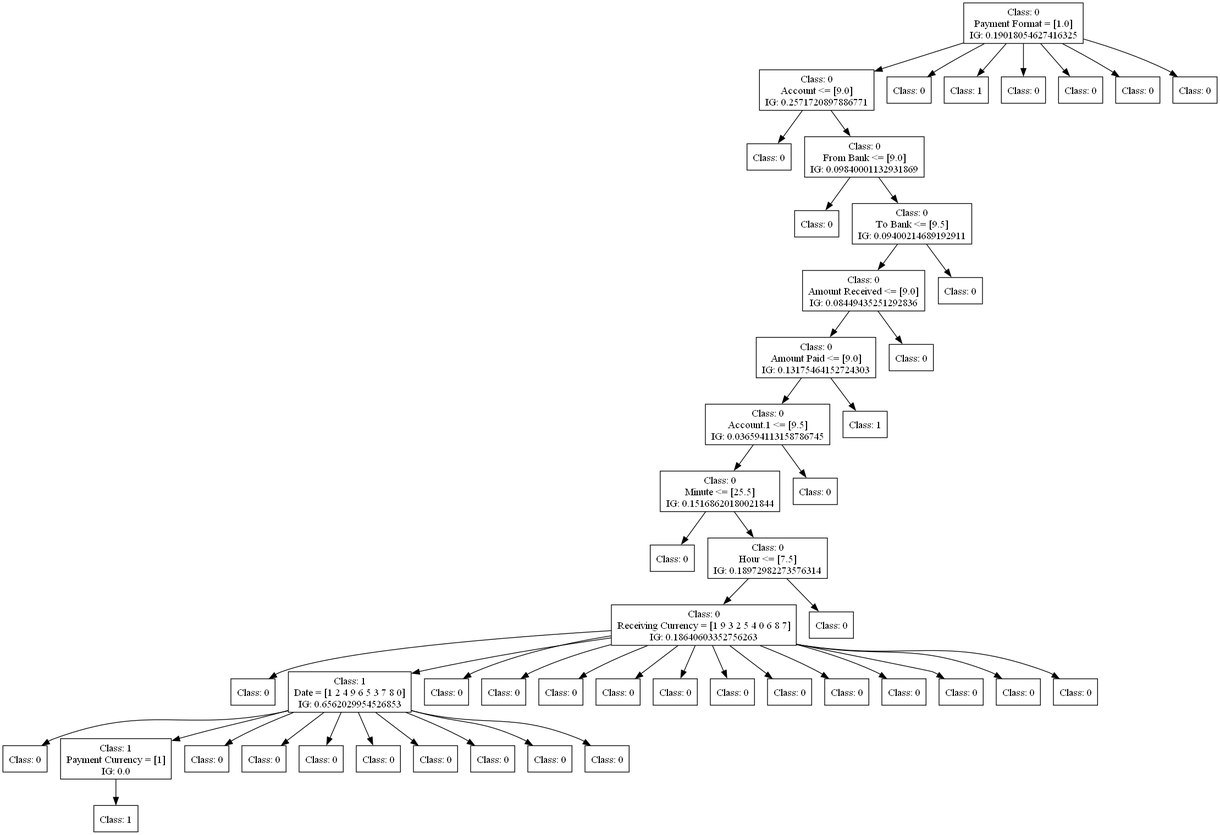
The Graphviz diagram dot_figs/tree-c45-oversampling.png in FedericoBruzzone/anti-money-laundering, before a commit. Its source is kept beside it as dot_figs/tree-c45-oversampling.dot.
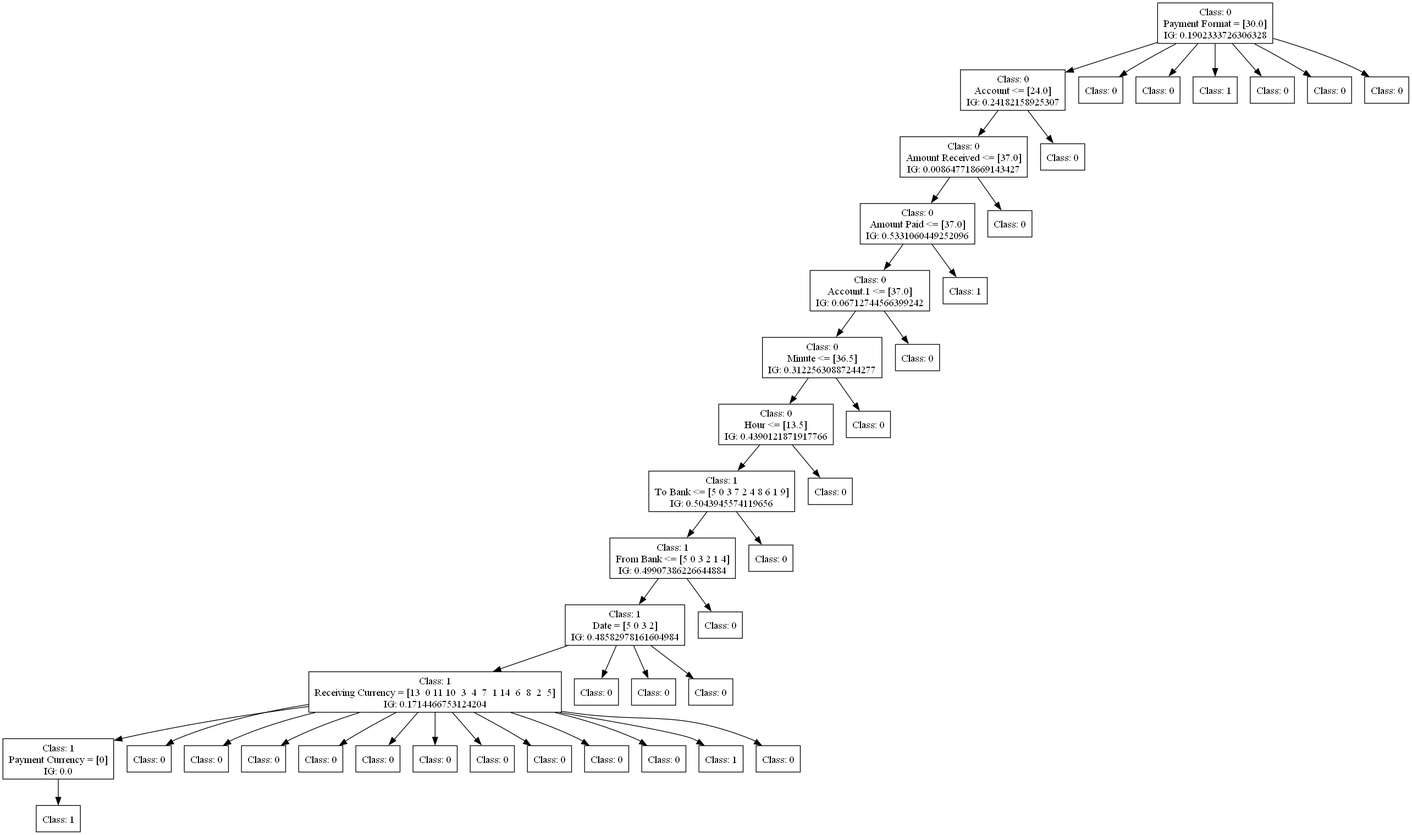
Later version of the same file.

What changed in the source:
```diff
@@ -1,162 +1,141 @@
 digraph DecisionTree {
 	rankdir=TD;
 	node [shape=box];
-	2509728684288 [label="Class: 0
-Payment Format = [1.0]
-IG: 0.19018054627416325"];
-	2509728693360 [label="Class: 0
-Account <= [9.0]
-IG: 0.2571720897886771"];
-	2509728684288 -> 2509728693360;
-	2509728693648 [label="Class: 0
+	1529268423984 [label="Class: 0
+Payment Format = [30.0]
+IG: 0.1902333726306328"];
+	1529268436368 [label="Class: 0
+Account <= [24.0]
+IG: 0.24182158925307"];
+	1529268423984 -> 1529268436368;
+	1530279414176 [label="Class: 0
+Amount Received <= [37.0]
+IG: 0.008647718669143427"];
+	1529268436368 -> 1530279414176;
+	1530279414320 [label="Class: 0
+Amount Paid <= [37.0]
+IG: 0.5331060449252096"];
+	1530279414176 -> 1530279414320;
+	1530279412016 [label="Class: 0
+Account.1 <= [37.0]
+IG: 0.06712744566399242"];
+	1530279414320 -> 1530279412016;
+	1530279414080 [label="Class: 0
+Minute <= [36.5]
+IG: 0.31225630887244277"];
+	1530279412016 -> 1530279414080;
+	1530279414656 [label="Class: 0
+Hour <= [13.5]
+IG: 0.4390121871917766"];
+	1530279414080 -> 1530279414656;
+	1530279414944 [label="Class: 1
+To Bank <= [5 0 3 7 2 4 8 6 1 9]
+IG: 0.5043945574119656"];
+	1530279414656 -> 1530279414944;
+	1530279413216 [label="Class: 1
+From Bank <= [5 0 3 2 1 4]
+IG: 0.49907386226644884"];
+	1530279414944 -> 1530279413216;
+	1530279413888 [label="Class: 1
+Date = [5 0 3 2]
+IG: 0.48582978161604984"];
+	1530279413216 -> 1530279413888;
+	1530279416432 [label="Class: 1
+Receiving Currency = [13  0 11 10  3  4  7  1 14  6  8  2  5]
+IG: 0.1714466753124204"];
+	1530279413888 -> 1530279416432;
+	1530279414416 [label="Class: 1
+Payment Currency = [0]
+IG: 0.0"];
+	1530279416432 -> 1530279414416;
+	1530279416960 [label="Class: 1
 "];
-	2509728693360 -> 2509728693648;
-	2509728694128 [label="Class: 0
-From Bank <= [9.0]
-IG: 0.09840001132931869"];
-	2509728693360 -> 2509728694128;
-	2509728693888 [label="Class: 0
+	1530279414416 -> 1530279416960;
+	1530279416672 [label="Class: 0
 "];
-	2509728694128 -> 2509728693888;
-	2509728692976 [label="Class: 0
-To Bank <= [9.5]
-IG: 0.09400214689192911"];
-	2509728694128 -> 2509728692976;
-	2509728693984 [label="Class: 0
-Amount Received <= [9.0]
-IG: 0.08449435251292836"];
-	2509728692976 -> 2509728693984;
-	2509728690048 [label="Class: 0
-Amount Paid <= [9.0]
-IG: 0.13175464152724303"];
-	2509728693984 -> 2509728690048;
-	2509728691488 [label="Class: 0
-Account.1 <= [9.5]
-IG: 0.036594113158786745"];
-	2509728690048 -> 2509728691488;
-	2509728690576 [label="Class: 0
-Minute <= [25.5]
-IG: 0.15168620180021844"];
-	2509728691488 -> 2509728690576;
-	2509728690192 [label="Class: 0
+	1530279416432 -> 1530279416672;
+	1530279413792 [label="Class: 0
 "];
-	2509728690576 -> 2509728690192;
-	2509728681984 [label="Class: 0
-Hour <= [7.5]
-IG: 0.18972982273576314"];
-	2509728690576 -> 2509728681984;
-	2509728692256 [label="Class: 0
-Receiving Currency = [1 9 3 2 5 4 0 6 8 7]
-IG: 0.18640603352756263"];
-	2509728681984 -> 2509728692256;
-	2509728694176 [label="Class: 0
+	1530279416432 -> 1530279413792;
+	1530279416336 [label="Class: 0
 "];
-	2509728692256 -> 2509728694176;
-	2509728693600 [label="Class: 1
-Date = [1 2 4 9 6 5 3 7 8 0]
-IG: 0.6562029954526853"];
-	2509728692256 -> 2509728693600;
-	2509728692592 [label="Class: 0
+	1530279416432 -> 1530279416336;
+	1530279415520 [label="Class: 0
 "];
-	2509728693600 -> 2509728692592;
-	2509728693504 [label="Class: 1
-Payment Currency = [1]
-IG: 0.0"];
-	2509728693600 -> 2509728693504;
-	2512083536288 [label="Class: 1
+	1530279416432 -> 1530279415520;
+	1530279411824 [label="Class: 0
 "];
-	2509728693504 -> 2512083536288;
-	2509728690288 [label="Class: 0
+	1530279416432 -> 1530279411824;
+	1530279412928 [label="Class: 0
 "];
-	2509728693600 -> 2509728690288;
-	2512083534944 [label="Class: 0
+	1530279416432 -> 1530279412928;
+	1530279416384 [label="Class: 0
 "];
-	2509728693600 -> 2512083534944;
-	2512083535184 [label="Class: 0
+	1530279416432 -> 1530279416384;
+	1530279414464 [label="Class: 0
 "];
-	2509728693600 -> 2512083535184;
-	2512083535328 [label="Class: 0
+	1530279416432 -> 1530279414464;
+	1530279413744 [label="Class: 0
 "];
-	2509728693600 -> 2512083535328;
-	2512083535568 [label="Class: 0
+	1530279416432 -> 1530279413744;
+	1530279415328 [label="Class: 0
 "];
-	2509728693600 -> 2512083535568;
-	2512083534512 [label="Class: 0
+	1530279416432 -> 1530279415328;
+	1530279413456 [label="Class: 1
 "];
-	2509728693600 -> 2512083534512;
-	2512083534224 [label="Class: 0
+	1530279416432 -> 1530279413456;
+	1530279413312 [label="Class: 0
 "];
-	2509728693600 -> 2512083534224;
-	2512083533888 [label="Class: 0
+	1530279416432 -> 1530279413312;
+	1530279415280 [label="Class: 0
 "];
-	2509728693600 -> 2512083533888;
-	2509728693216 [label="Class: 0
+	1530279413888 -> 1530279415280;
+	1530279412544 [label="Class: 0
 "];
-	2509728692256 -> 2509728693216;
-	2509728689904 [label="Class: 0
+	1530279413888 -> 1530279412544;
+	1530279413408 [label="Class: 0
 "];
-	2509728692256 -> 2509728689904;
-	2509728688704 [label="Class: 0
+	1530279413888 -> 1530279413408;
+	1530279416192 [label="Class: 0
 "];
-	2509728692256 -> 2509728688704;
-	2509728693792 [label="Class: 0
+	1530279413216 -> 1530279416192;
+	1530279416000 [label="Class: 0
 "];
-	2509728692256 -> 2509728693792;
-	2509728692544 [label="Class: 0
+	1530279414944 -> 1530279416000;
+	1530279415808 [label="Class: 0
 "];
-	2509728692256 -> 2509728692544;
-	2509728681120 [label="Class: 0
+	1530279414656 -> 1530279415808;
+	1530279415616 [label="Class: 0
 "];
-	2509728692256 -> 2509728681120;
-	2512083534032 [label="Class: 0
+	1530279414080 -> 1530279415616;
+	1530279415232 [label="Class: 0
 "];
-	2509728692256 -> 2512083534032;
-	2512083534848 [label="Class: 0
+	1530279412016 -> 1530279415232;
+	1530279415040 [label="Class: 1
 "];
-	2509728692256 -> 2512083534848;
-	2512083534272 [label="Class: 0
+	1530279414320 -> 1530279415040;
+	1530279414800 [label="Class: 0
 "];
-	2509728692256 -> 2512083534272;
-	2512083535232 [label="Class: 0
+	1530279414176 -> 1530279414800;
+	1530279414608 [label="Class: 0
 "];
-	2509728692256 -> 2512083535232;
-	2512083535040 [label="Class: 0
+	1529268436368 -> 1530279414608;
+	1529268436848 [label="Class: 0
 "];
-	2509728692256 -> 2512083535040;
-	2512083534080 [label="Class: 0
+	1529268423984 -> 1529268436848;
+	1529268436320 [label="Class: 0
 "];
-	2509728692256 -> 2512083534080;
-	2509728685824 [label="Class: 0
+	1529268423984 -> 1529268436320;
+	1529268436608 [label="Class: 1
 "];
-	2509728681984 -> 2509728685824;
-	2509728693744 [label="Class: 0
+	1529268423984 -> 1529268436608;
+	1529268436560 [label="Class: 0
 "];
-	2509728691488 -> 2509728693744;
-	2509728688512 [label="Class: 1
+	1529268423984 -> 1529268436560;
+	1529268436704 [label="Class: 0
 "];
-	2509728690048 -> 2509728688512;
-	2509728691680 [label="Class: 0
+	1529268423984 -> 1529268436704;
+	1529268436896 [label="Class: 0
 "];
-	2509728693984 -> 2509728691680;
-	2509728691152 [label="Class: 0
-"];
-	2509728692976 -> 2509728691152;
-	2509728693696 [label="Class: 0
-"];
-	2509728684288 -> 2509728693696;
-	2509728692400 [label="Class: 1
-"];
-	2509728684288 -> 2509728692400;
-	2509728693120 [label="Class: 0
-"];
-	2509728684288 -> 2509728693120;
-	2509728693168 [label="Class: 0
-"];
-	2509728684288 -> 2509728693168;
-	2509728692928 [label="Class: 0
-"];
-	2509728684288 -> 2509728692928;
-	2509728692448 [label="Class: 0
-"];
-	2509728684288 -> 2509728692448;
+	1529268423984 -> 1529268436896;
 }
```
